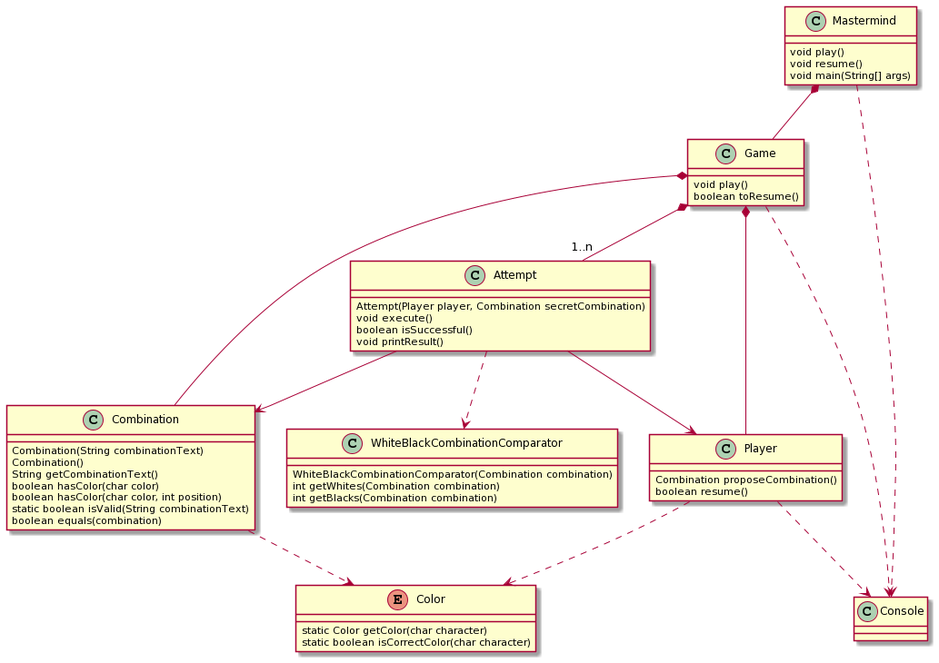
This is mastermind.png from Master-Desarrollo-20-21/diseno-oo-ejercicio2-mastermind-document-view-gonzalogmn, a PlantUML export, as it was before one commit.
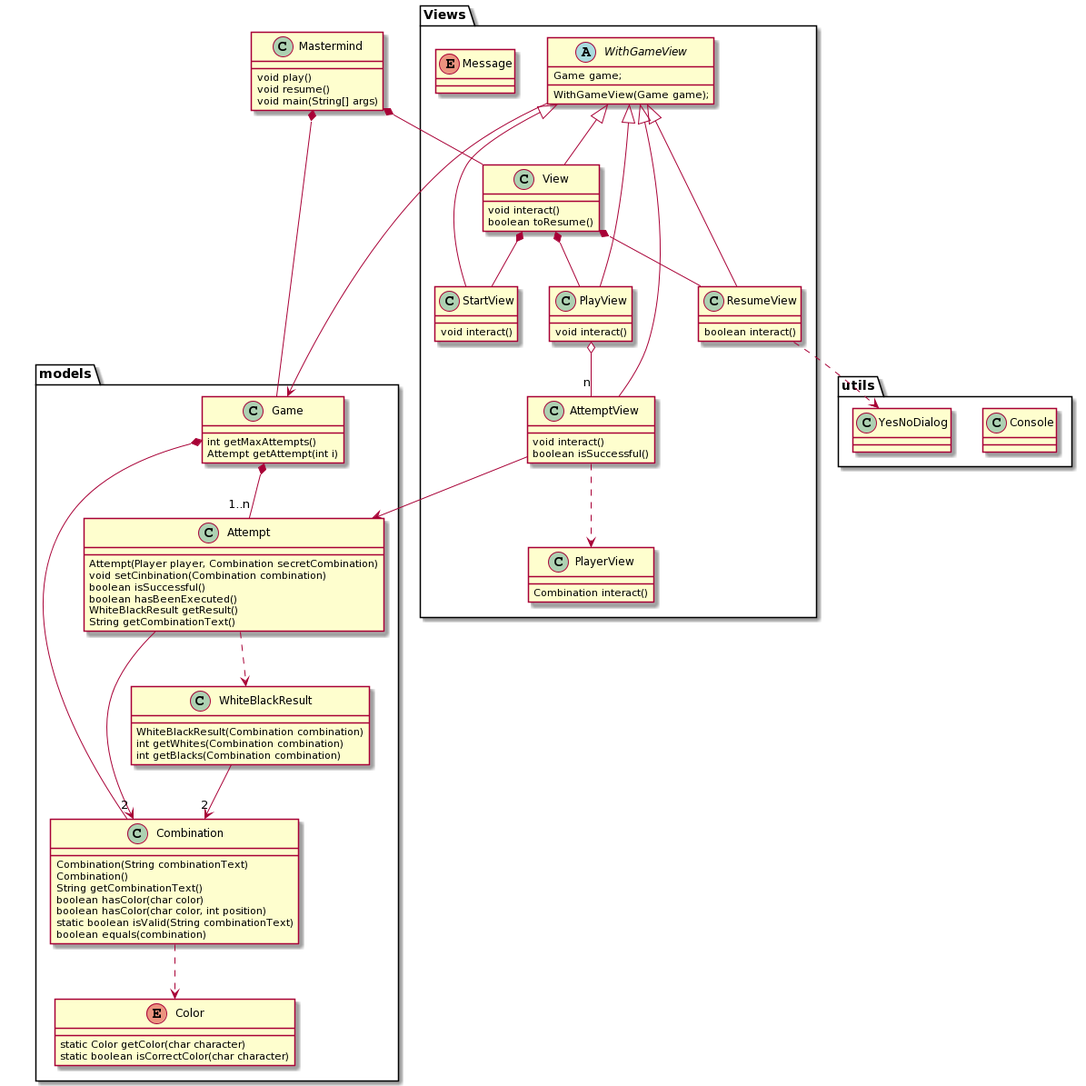
After the commit.

Change to the diagram source:
```diff
@@ -5,64 +5,116 @@
     void main(String[] args)
 }
 
-class Game {
-    void play()
-    boolean toResume()
+package models {
+
+    class Game {
+        int getMaxAttempts()
+        Attempt getAttempt(int i)
+    }
+
+    class Attempt {
+        Attempt(Player player, Combination secretCombination)
+        void setCinbination(Combination combination)
+        boolean isSuccessful()
+        boolean hasBeenExecuted()
+        WhiteBlackResult getResult()
+        String getCombinationText()
+    }
+
+    class Combination {
+        Combination(String combinationText)
+        Combination()
+        String getCombinationText()
+        boolean hasColor(char color)
+        boolean hasColor(char color, int position)
+        static boolean isValid(String combinationText)
+        boolean equals(combination)
+    }
+
+    class WhiteBlackResult {
+        WhiteBlackResult(Combination combination)
+        int getWhites(Combination combination)
+        int getBlacks(Combination combination)
+    }
+
+
+
+    enum Color {
+        static Color getColor(char character)
+        static boolean isCorrectColor(char character)
+    }
+
 }
 
-class Player {
-    Combination proposeCombination()
-    boolean resume()
+package utils {
+    class Console {
+
+    }
+
+    class YesNoDialog {
+
+    }
 }
 
 
-class Attempt {
-    Attempt(Player player, Combination secretCombination)
-    void execute()
-    boolean isSuccessful()
-    void printResult()
-}
+package Views {
+    abstract class WithGameView {
+        Game game;
+        WithGameView(Game game);
+    }
 
-class Combination {
-    Combination(String combinationText)
-    Combination()
-    String getCombinationText()
-    boolean hasColor(char color)
-    boolean hasColor(char color, int position)
-    static boolean isValid(String combinationText)
-    boolean equals(combination)
-}
+    enum Message {}
 
-class WhiteBlackCombinationComparator {
-    WhiteBlackCombinationComparator(Combination combination)
-    int getWhites(Combination combination)
-    int getBlacks(Combination combination)
-}
+    class AttemptView extends WithGameView {
+        void interact()
+        boolean isSuccessful()
+    }
 
-class Console {
+    class PlayerView {
+        Combination interact()
+    }
 
-}
+    class PlayView extends WithGameView {
+        void interact()
+    }
 
-enum Color {
-    static Color getColor(char character)
-    static boolean isCorrectColor(char character)
+    class ResumeView extends WithGameView {
+        boolean interact()
+    }
+
+    class StartView extends WithGameView {
+        void interact()
+    }
+
+    class View extends WithGameView {
+        void interact()
+        boolean toResume()
+    }
 }
 
 
+
 Mastermind *-- Game
+Mastermind *-- View
 
 Game *-- "1..n" Attempt
 Game *-- Combination
-Game *-- Player
-Game ..> Console
 
-Attempt ..> WhiteBlackCombinationComparator
-Attempt --> Player
-Attempt --> Combination
-
-Player ..> Console
-Mastermind ..> Console
+Attempt ..> WhiteBlackResult
+Attempt --> "2" Combination
+WhiteBlackResult --> "2" Combination
 
 Combination ..> Color
-Player ..> Color
+
+WithGameView --> Game
+
+View *-- StartView
+View *-- PlayView
+View *-- ResumeView
+
+PlayView o-- "n" AttemptView
+ResumeView ..> YesNoDialog
+
+AttemptView --> Attempt
+AttemptView ..> PlayerView
 @enduml
```
